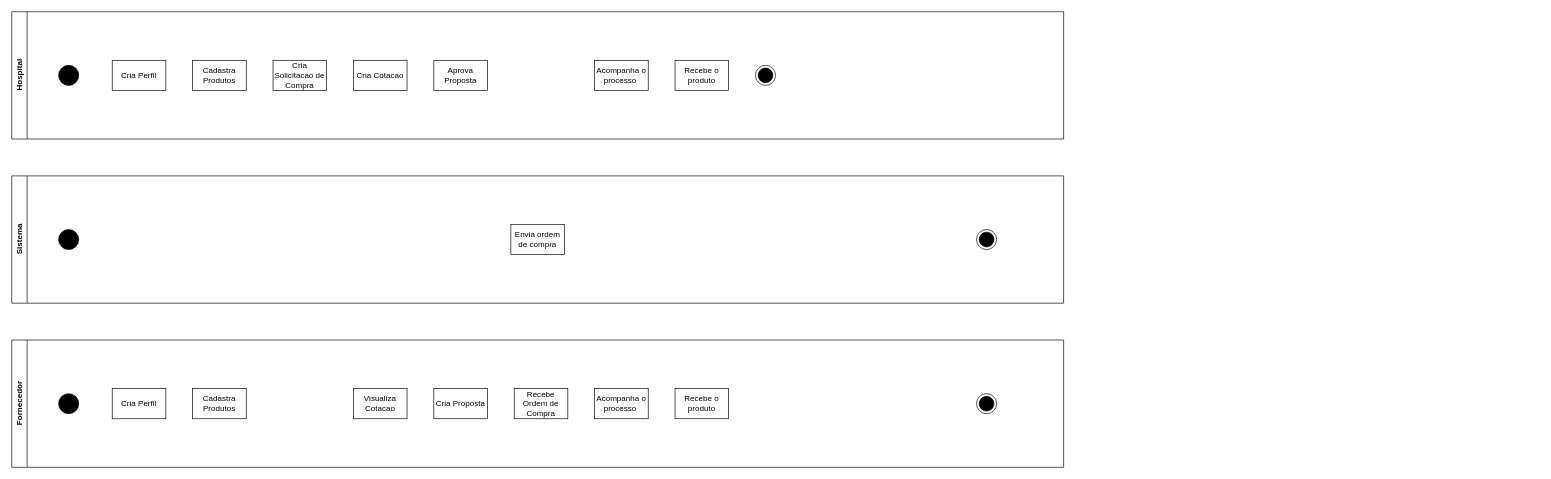
Earlier version of the draw.io diagram projeto/src/tobe.drawio (devtnascimento/modelagem). Source tidied: cells renumbered, new cells numbered last; positions are measured from the earlier drawing's top-left corner, leaving out a move shared by most shapes. Both pictures are drawn from the tidied source at 67%, with x=0, y=0 at pixel (11, 11).
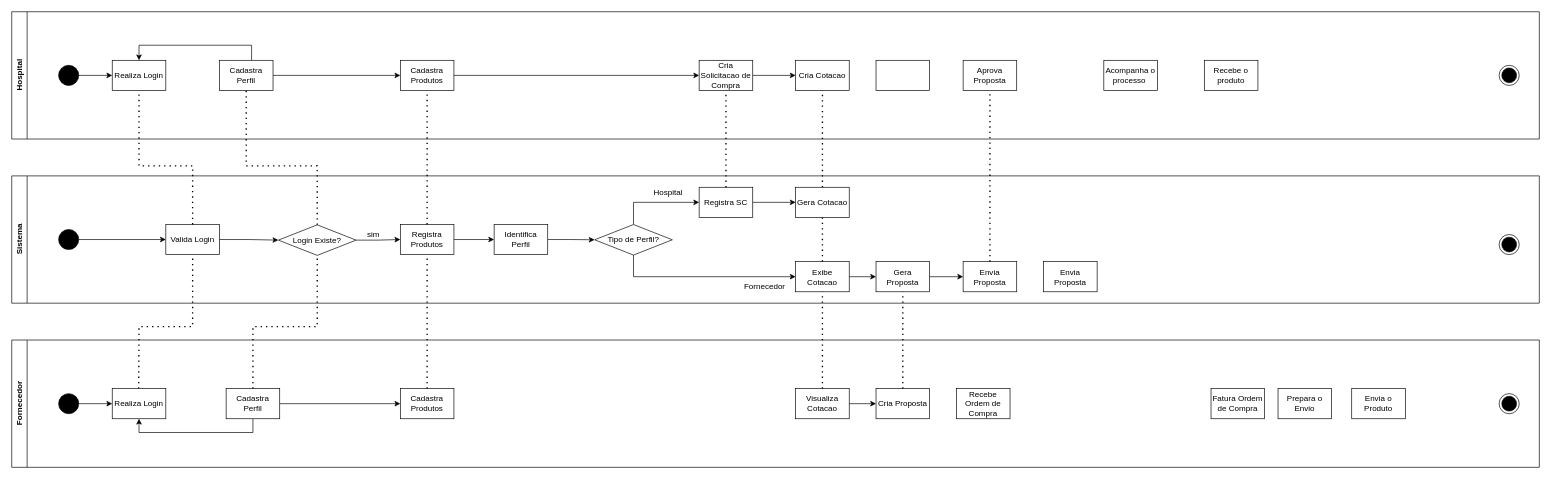
Above is the later version.

The change refers to these unchanged cells:
```xml
<mxCell id="10" style="ellipse;fillColor=strokeColor;html=1;" parent="2" vertex="1">
  <mxGeometry x="70" y="80" width="30" height="30" as="geometry" />
</mxCell>
<mxCell id="13" style="ellipse;fillColor=strokeColor;html=1;" parent="12" vertex="1">
  <mxGeometry x="70" y="80" width="30" height="30" as="geometry" />
</mxCell>
<mxCell id="17" style="ellipse;fillColor=strokeColor;html=1;" parent="16" vertex="1">
  <mxGeometry x="70" y="80" width="30" height="30" as="geometry" />
</mxCell>
```

Diff of the diagram source:
```diff
@@
     <mxCell id="2" value="Hospital" style="swimlane;horizontal=0;whiteSpace=wrap;html=1;" parent="1" vertex="1">
-      <mxGeometry width="1570" height="190" as="geometry" />
+      <mxGeometry width="2280" height="190" as="geometry" />
     </mxCell>
-    <mxCell id="3" value="Cria Perfil" style="rounded=0;whiteSpace=wrap;html=1;" parent="2" vertex="1">
+    <mxCell id="3" value="Realiza Login" style="rounded=0;whiteSpace=wrap;html=1;" parent="2" vertex="1">
       <mxGeometry x="150" y="72.5" width="80" height="45" as="geometry" />
     </mxCell>
+    <mxCell id="26" style="edgeStyle=orthogonalEdgeStyle;rounded=0;jettySize=auto;html=1;entryX=0;entryY=0.5;entryDx=0;entryDy=0;" parent="2" edge="1" source="4" target="5">
+      <mxGeometry relative="1" as="geometry" />
+    </mxCell>
     <mxCell id="4" value="Cadastra Produtos" style="rounded=0;whiteSpace=wrap;html=1;" parent="2" vertex="1">
-      <mxGeometry x="270" y="72.5" width="80" height="45" as="geometry" />
+      <mxGeometry x="580" y="72.5" width="80" height="45" as="geometry" />
     </mxCell>
+    <mxCell id="27" style="edgeStyle=orthogonalEdgeStyle;rounded=0;jettySize=auto;html=1;entryX=0;entryY=0.5;entryDx=0;entryDy=0;" parent="2" edge="1" source="5" target="6">
+      <mxGeometry relative="1" as="geometry" />
+    </mxCell>
     <mxCell id="5" value="Cria Solicitacao de Compra" style="rounded=0;whiteSpace=wrap;html=1;" parent="2" vertex="1">
-      <mxGeometry x="390" y="72.5" width="80" height="45" as="geometry" />
+      <mxGeometry x="1026" y="72.5" width="80" height="45" as="geometry" />
     </mxCell>
     <mxCell id="6" value="Cria Cotacao" style="rounded=0;whiteSpace=wrap;html=1;" parent="2" vertex="1">
-      <mxGeometry x="510" y="72.5" width="80" height="45" as="geometry" />
+      <mxGeometry x="1170" y="72.5" width="80" height="45" as="geometry" />
     </mxCell>
-    <mxCell id="7" value="Aprova Proposta" style="rounded=0;whiteSpace=wrap;html=1;" parent="2" vertex="1">
-      <mxGeometry x="630" y="72.5" width="80" height="45" as="geometry" />
+    <mxCell id="7" style="rounded=0;whiteSpace=wrap;html=1;" parent="2" vertex="1">
+      <mxGeometry x="1290" y="72.5" width="80" height="45" as="geometry" />
     </mxCell>
     <mxCell id="8" value="Acompanha o processo&amp;nbsp;" style="rounded=0;whiteSpace=wrap;html=1;" parent="2" vertex="1">
-      <mxGeometry x="870" y="72.5" width="80" height="45" as="geometry" />
+      <mxGeometry x="1630" y="72.5" width="80" height="45" as="geometry" />
     </mxCell>
     <mxCell id="9" value="Recebe o produto" style="rounded=0;whiteSpace=wrap;html=1;" parent="2" vertex="1">
-      <mxGeometry x="990" y="72.5" width="80" height="45" as="geometry" />
+      <mxGeometry x="1780" y="72.5" width="80" height="45" as="geometry" />
     </mxCell>
+    <mxCell id="28" style="edgeStyle=orthogonalEdgeStyle;rounded=0;jettySize=auto;html=1;entryX=0;entryY=0.5;entryDx=0;entryDy=0;" parent="2" edge="1" source="10" target="3">
+      <mxGeometry relative="1" as="geometry" />
+    </mxCell>
@@
     <mxCell id="11" style="ellipse;html=1;shape=endState;fillColor=strokeColor;" parent="2" vertex="1">
-      <mxGeometry x="1110" y="80" width="30" height="30" as="geometry" />
+      <mxGeometry x="2220" y="80" width="30" height="30" as="geometry" />
     </mxCell>
+    <mxCell id="29" value="Aprova Proposta" style="rounded=0;whiteSpace=wrap;html=1;" parent="2" vertex="1">
+      <mxGeometry x="1420" y="72.5" width="80" height="45" as="geometry" />
+    </mxCell>
+    <mxCell id="30" style="edgeStyle=orthogonalEdgeStyle;rounded=0;jettySize=auto;html=1;entryX=0.5;entryY=0;entryDx=0;entryDy=0;" parent="2" edge="1" source="32" target="3">
+      <mxGeometry relative="1" as="geometry">
+        <Array as="points">
+          <mxPoint x="358" y="50" />
+          <mxPoint x="190" y="50" />
+        </Array>
+      </mxGeometry>
+    </mxCell>
+    <mxCell id="31" style="edgeStyle=orthogonalEdgeStyle;rounded=0;jettySize=auto;html=1;entryX=0;entryY=0.5;entryDx=0;entryDy=0;" parent="2" edge="1" source="32" target="4">
+      <mxGeometry relative="1" as="geometry" />
+    </mxCell>
+    <mxCell id="32" value="Cadastra Perfil" style="rounded=0;whiteSpace=wrap;html=1;" parent="2" vertex="1">
+      <mxGeometry x="310" y="72.5" width="80" height="45" as="geometry" />
+    </mxCell>
     <mxCell id="12" value="Sistema" style="swimlane;horizontal=0;whiteSpace=wrap;html=1;" parent="1" vertex="1">
-      <mxGeometry y="245" width="1570" height="190" as="geometry" />
+      <mxGeometry y="245" width="2280" height="190" as="geometry" />
     </mxCell>
+    <mxCell id="33" style="edgeStyle=orthogonalEdgeStyle;rounded=0;jettySize=auto;html=1;entryX=0;entryY=0.5;entryDx=0;entryDy=0;" parent="12" edge="1" source="13" target="35">
+      <mxGeometry relative="1" as="geometry" />
+    </mxCell>
@@
+    <mxCell id="34" style="edgeStyle=orthogonalEdgeStyle;rounded=0;jettySize=auto;html=1;" parent="12" edge="1" source="35" target="45">
+      <mxGeometry relative="1" as="geometry" />
+    </mxCell>
+    <mxCell id="35" value="Valida Login" style="rounded=0;whiteSpace=wrap;html=1;" parent="12" vertex="1">
+      <mxGeometry x="230" y="72.5" width="80" height="45" as="geometry" />
+    </mxCell>
+    <mxCell id="36" style="edgeStyle=orthogonalEdgeStyle;rounded=0;jettySize=auto;html=1;entryX=0;entryY=0.5;entryDx=0;entryDy=0;" parent="12" edge="1" source="37" target="55">
+      <mxGeometry relative="1" as="geometry" />
+    </mxCell>
+    <mxCell id="37" value="Exibe Cotacao" style="rounded=0;whiteSpace=wrap;html=1;" parent="12" vertex="1">
+      <mxGeometry x="1170" y="128" width="80" height="45" as="geometry" />
+    </mxCell>
+    <mxCell id="38" style="edgeStyle=orthogonalEdgeStyle;rounded=0;jettySize=auto;html=1;entryX=0;entryY=0.5;entryDx=0;entryDy=0;exitX=0.5;exitY=1;exitDx=0;exitDy=0;" parent="12" edge="1" source="50" target="37">
+      <mxGeometry relative="1" as="geometry">
+        <Array as="points">
+          <mxPoint x="928" y="150.5" />
+        </Array>
+      </mxGeometry>
+    </mxCell>
+    <mxCell id="39" style="endArrow=none;dashed=1;html=1;dashPattern=1 3;strokeWidth=2;rounded=0;exitX=0.5;exitY=0;exitDx=0;exitDy=0;entryX=0.5;entryY=1;entryDx=0;entryDy=0;" parent="12" edge="1" target="35">
+      <mxGeometry relative="1" as="geometry">
+        <mxPoint x="189.5" y="317.5" as="sourcePoint" />
+        <Array as="points">
+          <mxPoint x="190" y="225" />
+          <mxPoint x="270" y="225" />
+        </Array>
+      </mxGeometry>
+    </mxCell>
+    <mxCell id="40" value="Hospital" style="text;html=1;strokeColor=none;fillColor=none;align=center;verticalAlign=middle;whiteSpace=wrap;rounded=0;" parent="12" vertex="1">
+      <mxGeometry x="960" y="17" width="40" height="15" as="geometry" />
+    </mxCell>
+    <mxCell id="41" value="Fornecedor" style="text;html=1;strokeColor=none;fillColor=none;align=center;verticalAlign=middle;whiteSpace=wrap;rounded=0;" parent="12" vertex="1">
+      <mxGeometry x="1104" y="158" width="40" height="15" as="geometry" />
+    </mxCell>
+    <mxCell id="42" style="edgeStyle=orthogonalEdgeStyle;rounded=0;jettySize=auto;html=1;entryX=0;entryY=0.5;entryDx=0;entryDy=0;" parent="12" edge="1" source="43" target="48">
+      <mxGeometry relative="1" as="geometry" />
+    </mxCell>
+    <mxCell id="43" value="Registra Produtos" style="rounded=0;whiteSpace=wrap;html=1;" parent="12" vertex="1">
+      <mxGeometry x="580" y="72.5" width="80" height="45" as="geometry" />
+    </mxCell>
+    <mxCell id="44" style="edgeStyle=orthogonalEdgeStyle;rounded=0;jettySize=auto;html=1;" parent="12" edge="1" source="45" target="43">
+      <mxGeometry relative="1" as="geometry" />
+    </mxCell>
+    <mxCell id="45" value="Login Existe?" style="rhombus;whiteSpace=wrap;html=1;" parent="12" vertex="1">
+      <mxGeometry x="398" y="73.1" width="116" height="45.6" as="geometry" />
+    </mxCell>
+    <mxCell id="46" value="sim" style="text;html=1;strokeColor=none;fillColor=none;align=center;verticalAlign=middle;whiteSpace=wrap;rounded=0;" parent="12" vertex="1">
+      <mxGeometry x="520" y="80" width="40" height="15" as="geometry" />
+    </mxCell>
+    <mxCell id="47" style="edgeStyle=orthogonalEdgeStyle;rounded=0;jettySize=auto;html=1;exitX=1;exitY=0.5;exitDx=0;exitDy=0;entryX=0;entryY=0.5;entryDx=0;entryDy=0;" parent="12" edge="1" source="48" target="50">
+      <mxGeometry relative="1" as="geometry" />
+    </mxCell>
+    <mxCell id="48" value="Identifica Perfil" style="rounded=0;whiteSpace=wrap;html=1;" parent="12" vertex="1">
+      <mxGeometry x="720" y="72.5" width="80" height="45" as="geometry" />
+    </mxCell>
+    <mxCell id="49" style="edgeStyle=orthogonalEdgeStyle;rounded=0;jettySize=auto;html=1;entryX=0;entryY=0.5;entryDx=0;entryDy=0;" parent="12" edge="1" source="50" target="52">
+      <mxGeometry relative="1" as="geometry">
+        <Array as="points">
+          <mxPoint x="928" y="40" />
+        </Array>
+      </mxGeometry>
+    </mxCell>
+    <mxCell id="50" value="Tipo de Perfil?" style="rhombus;whiteSpace=wrap;html=1;" parent="12" vertex="1">
+      <mxGeometry x="870" y="72.6" width="116" height="45.6" as="geometry" />
+    </mxCell>
+    <mxCell id="51" style="edgeStyle=orthogonalEdgeStyle;rounded=0;jettySize=auto;html=1;entryX=0;entryY=0.5;entryDx=0;entryDy=0;" parent="12" edge="1" source="52" target="53">
+      <mxGeometry relative="1" as="geometry" />
+    </mxCell>
+    <mxCell id="52" value="Registra SC" style="rounded=0;whiteSpace=wrap;html=1;" parent="12" vertex="1">
+      <mxGeometry x="1026" y="17" width="80" height="45" as="geometry" />
+    </mxCell>
+    <mxCell id="53" value="Gera Cotacao" style="rounded=0;whiteSpace=wrap;html=1;" parent="12" vertex="1">
+      <mxGeometry x="1170" y="17" width="80" height="45" as="geometry" />
+    </mxCell>
+    <mxCell id="54" style="edgeStyle=orthogonalEdgeStyle;rounded=0;jettySize=auto;html=1;entryX=0;entryY=0.5;entryDx=0;entryDy=0;" parent="12" edge="1" source="55" target="57">
+      <mxGeometry relative="1" as="geometry" />
+    </mxCell>
+    <mxCell id="55" value="Gera Proposta" style="rounded=0;whiteSpace=wrap;html=1;" parent="12" vertex="1">
+      <mxGeometry x="1290" y="128" width="80" height="45" as="geometry" />
+    </mxCell>
     <mxCell id="14" style="ellipse;html=1;shape=endState;fillColor=strokeColor;" parent="12" vertex="1">
-      <mxGeometry x="1440" y="80" width="30" height="30" as="geometry" />
+      <mxGeometry x="2220" y="87.5" width="30" height="30" as="geometry" />
     </mxCell>
-    <mxCell id="15" value="Envia ordem de compra" style="rounded=0;whiteSpace=wrap;html=1;" parent="12" vertex="1">
-      <mxGeometry x="745" y="72.5" width="80" height="45" as="geometry" />
-    </mxCell>
+    <mxCell id="56" style="endArrow=none;dashed=1;html=1;dashPattern=1 3;strokeWidth=2;rounded=0;entryX=0.5;entryY=1;entryDx=0;entryDy=0;exitX=0.5;exitY=0;exitDx=0;exitDy=0;" parent="12" edge="1" source="37" target="53">
+      <mxGeometry relative="1" as="geometry" />
+    </mxCell>
+    <mxCell id="57" value="Envia Proposta" style="rounded=0;whiteSpace=wrap;html=1;" parent="12" vertex="1">
+      <mxGeometry x="1420" y="128" width="80" height="45" as="geometry" />
+    </mxCell>
+    <mxCell id="58" value="Envia Proposta" style="rounded=0;whiteSpace=wrap;html=1;" parent="12" vertex="1">
+      <mxGeometry x="1540" y="128" width="80" height="45" as="geometry" />
+    </mxCell>
     <mxCell id="16" value="Fornecedor" style="swimlane;horizontal=0;whiteSpace=wrap;html=1;startSize=23;" parent="1" vertex="1">
-      <mxGeometry y="490" width="1570" height="190" as="geometry" />
+      <mxGeometry y="490" width="2280" height="190" as="geometry" />
     </mxCell>
+    <mxCell id="59" style="edgeStyle=orthogonalEdgeStyle;rounded=0;jettySize=auto;html=1;entryX=0;entryY=0.5;entryDx=0;entryDy=0;" parent="16" edge="1" source="17" target="19">
+      <mxGeometry relative="1" as="geometry" />
+    </mxCell>
@@
     <mxCell id="18" style="ellipse;html=1;shape=endState;fillColor=strokeColor;" parent="16" vertex="1">
-      <mxGeometry x="1440" y="80" width="30" height="30" as="geometry" />
+      <mxGeometry x="2220" y="80" width="30" height="30" as="geometry" />
     </mxCell>
-    <mxCell id="19" value="Cria Perfil" style="rounded=0;whiteSpace=wrap;html=1;" parent="16" vertex="1">
+    <mxCell id="19" value="Realiza Login" style="rounded=0;whiteSpace=wrap;html=1;" parent="16" vertex="1">
       <mxGeometry x="150" y="72.5" width="80" height="45" as="geometry" />
     </mxCell>
-    <mxCell id="20" value="Cadastra Produtos" style="rounded=0;whiteSpace=wrap;html=1;" parent="16" vertex="1">
-      <mxGeometry x="270" y="72.5" width="80" height="45" as="geometry" />
-    </mxCell>
+    <mxCell id="60" style="edgeStyle=orthogonalEdgeStyle;rounded=0;jettySize=auto;html=1;entryX=0;entryY=0.5;entryDx=0;entryDy=0;" parent="16" edge="1" source="21" target="22">
+      <mxGeometry relative="1" as="geometry" />
+    </mxCell>
     <mxCell id="21" value="Visualiza Cotacao" style="rounded=0;whiteSpace=wrap;html=1;" parent="16" vertex="1">
-      <mxGeometry x="510" y="72.5" width="80" height="45" as="geometry" />
+      <mxGeometry x="1170" y="72.5" width="80" height="45" as="geometry" />
     </mxCell>
     <mxCell id="22" value="Cria Proposta" style="rounded=0;whiteSpace=wrap;html=1;" parent="16" vertex="1">
-      <mxGeometry x="630" y="72.5" width="80" height="45" as="geometry" />
+      <mxGeometry x="1290" y="72.5" width="80" height="45" as="geometry" />
     </mxCell>
     <mxCell id="23" value="Recebe Ordem de Compra" style="rounded=0;whiteSpace=wrap;html=1;" parent="16" vertex="1">
-      <mxGeometry x="750" y="72.5" width="80" height="45" as="geometry" />
+      <mxGeometry x="1410" y="72.5" width="80" height="45" as="geometry" />
     </mxCell>
-    <mxCell id="24" value="Acompanha o processo&amp;nbsp;" style="rounded=0;whiteSpace=wrap;html=1;" parent="16" vertex="1">
-      <mxGeometry x="870" y="72.5" width="80" height="45" as="geometry" />
+    <mxCell id="24" value="Fatura Ordem de Compra" style="rounded=0;whiteSpace=wrap;html=1;" parent="16" vertex="1">
+      <mxGeometry x="1790" y="72.5" width="80" height="45" as="geometry" />
     </mxCell>
-    <mxCell id="25" value="Recebe o produto" style="rounded=0;whiteSpace=wrap;html=1;" parent="16" vertex="1">
-      <mxGeometry x="990" y="72.5" width="80" height="45" as="geometry" />
+    <mxCell id="25" value="Prepara o Envio" style="rounded=0;whiteSpace=wrap;html=1;" parent="16" vertex="1">
+      <mxGeometry x="1890" y="72.5" width="80" height="45" as="geometry" />
     </mxCell>
+    <mxCell id="61" value="Envia o Produto" style="rounded=0;whiteSpace=wrap;html=1;" parent="16" vertex="1">
+      <mxGeometry x="2000" y="72.5" width="80" height="45" as="geometry" />
+    </mxCell>
+    <mxCell id="20" value="Cadastra Produtos" style="rounded=0;whiteSpace=wrap;html=1;" parent="16" vertex="1">
+      <mxGeometry x="580" y="72.5" width="80" height="45" as="geometry" />
+    </mxCell>
+    <mxCell id="62" style="edgeStyle=orthogonalEdgeStyle;rounded=0;jettySize=auto;html=1;entryX=0.5;entryY=1;entryDx=0;entryDy=0;" parent="16" edge="1" source="64" target="19">
+      <mxGeometry relative="1" as="geometry">
+        <Array as="points">
+          <mxPoint x="360" y="138" />
+          <mxPoint x="190" y="138" />
+        </Array>
+      </mxGeometry>
+    </mxCell>
+    <mxCell id="63" style="edgeStyle=orthogonalEdgeStyle;rounded=0;jettySize=auto;html=1;" parent="16" edge="1" source="64" target="20">
+      <mxGeometry relative="1" as="geometry" />
+    </mxCell>
+    <mxCell id="64" value="Cadastra Perfil" style="rounded=0;whiteSpace=wrap;html=1;" parent="16" vertex="1">
+      <mxGeometry x="320" y="72.5" width="80" height="45" as="geometry" />
+    </mxCell>
+    <mxCell id="65" style="endArrow=none;dashed=1;html=1;dashPattern=1 3;strokeWidth=2;rounded=0;entryX=0.5;entryY=1;entryDx=0;entryDy=0;exitX=0.5;exitY=0;exitDx=0;exitDy=0;" parent="1" edge="1" source="35" target="3">
+      <mxGeometry relative="1" as="geometry">
+        <Array as="points">
+          <mxPoint x="270" y="230" />
+          <mxPoint x="190" y="230" />
+        </Array>
+      </mxGeometry>
+    </mxCell>
+    <mxCell id="66" style="endArrow=none;dashed=1;html=1;dashPattern=1 3;strokeWidth=2;rounded=0;entryX=0.5;entryY=1;entryDx=0;entryDy=0;exitX=0.5;exitY=0;exitDx=0;exitDy=0;" parent="1" edge="1" source="45" target="32">
+      <mxGeometry relative="1" as="geometry">
+        <Array as="points">
+          <mxPoint x="456" y="230" />
+          <mxPoint x="400" y="230" />
+          <mxPoint x="350" y="230" />
+        </Array>
+      </mxGeometry>
+    </mxCell>
+    <mxCell id="67" style="endArrow=none;dashed=1;html=1;dashPattern=1 3;strokeWidth=2;rounded=0;entryX=0.5;entryY=1;entryDx=0;entryDy=0;exitX=0.5;exitY=0;exitDx=0;exitDy=0;" parent="1" edge="1" source="64" target="45">
+      <mxGeometry relative="1" as="geometry">
+        <Array as="points">
+          <mxPoint x="360" y="470" />
+          <mxPoint x="456" y="470" />
+        </Array>
+      </mxGeometry>
+    </mxCell>
+    <mxCell id="68" style="endArrow=none;dashed=1;html=1;dashPattern=1 3;strokeWidth=2;rounded=0;entryX=0.5;entryY=1;entryDx=0;entryDy=0;exitX=0.5;exitY=0;exitDx=0;exitDy=0;" parent="1" edge="1" source="20" target="43">
+      <mxGeometry relative="1" as="geometry" />
+    </mxCell>
+    <mxCell id="69" style="endArrow=none;dashed=1;html=1;dashPattern=1 3;strokeWidth=2;rounded=0;exitX=0.5;exitY=0;exitDx=0;exitDy=0;entryX=0.5;entryY=1;entryDx=0;entryDy=0;" parent="1" edge="1" source="43" target="4">
+      <mxGeometry relative="1" as="geometry" />
+    </mxCell>
+    <mxCell id="70" style="endArrow=none;dashed=1;html=1;dashPattern=1 3;strokeWidth=2;rounded=0;entryX=0.5;entryY=1;entryDx=0;entryDy=0;exitX=0.5;exitY=0;exitDx=0;exitDy=0;" parent="1" edge="1" source="53" target="6">
+      <mxGeometry relative="1" as="geometry" />
+    </mxCell>
+    <mxCell id="71" style="endArrow=none;dashed=1;html=1;dashPattern=1 3;strokeWidth=2;rounded=0;entryX=0.5;entryY=1;entryDx=0;entryDy=0;exitX=0.5;exitY=0;exitDx=0;exitDy=0;" parent="1" edge="1" source="52" target="5">
+      <mxGeometry relative="1" as="geometry" />
+    </mxCell>
+    <mxCell id="72" style="endArrow=none;dashed=1;html=1;dashPattern=1 3;strokeWidth=2;rounded=0;entryX=0.5;entryY=1;entryDx=0;entryDy=0;exitX=0.5;exitY=0;exitDx=0;exitDy=0;" parent="1" edge="1" source="57" target="29">
+      <mxGeometry relative="1" as="geometry" />
+    </mxCell>
+    <mxCell id="73" style="endArrow=none;dashed=1;html=1;dashPattern=1 3;strokeWidth=2;rounded=0;entryX=0.5;entryY=1;entryDx=0;entryDy=0;exitX=0.5;exitY=0;exitDx=0;exitDy=0;" parent="1" edge="1" source="22" target="55">
+      <mxGeometry relative="1" as="geometry" />
+    </mxCell>
+    <mxCell id="74" style="endArrow=none;dashed=1;html=1;dashPattern=1 3;strokeWidth=2;rounded=0;entryX=0.5;entryY=1;entryDx=0;entryDy=0;exitX=0.5;exitY=0;exitDx=0;exitDy=0;" parent="1" edge="1" source="21" target="37">
+      <mxGeometry relative="1" as="geometry" />
+    </mxCell>
```
